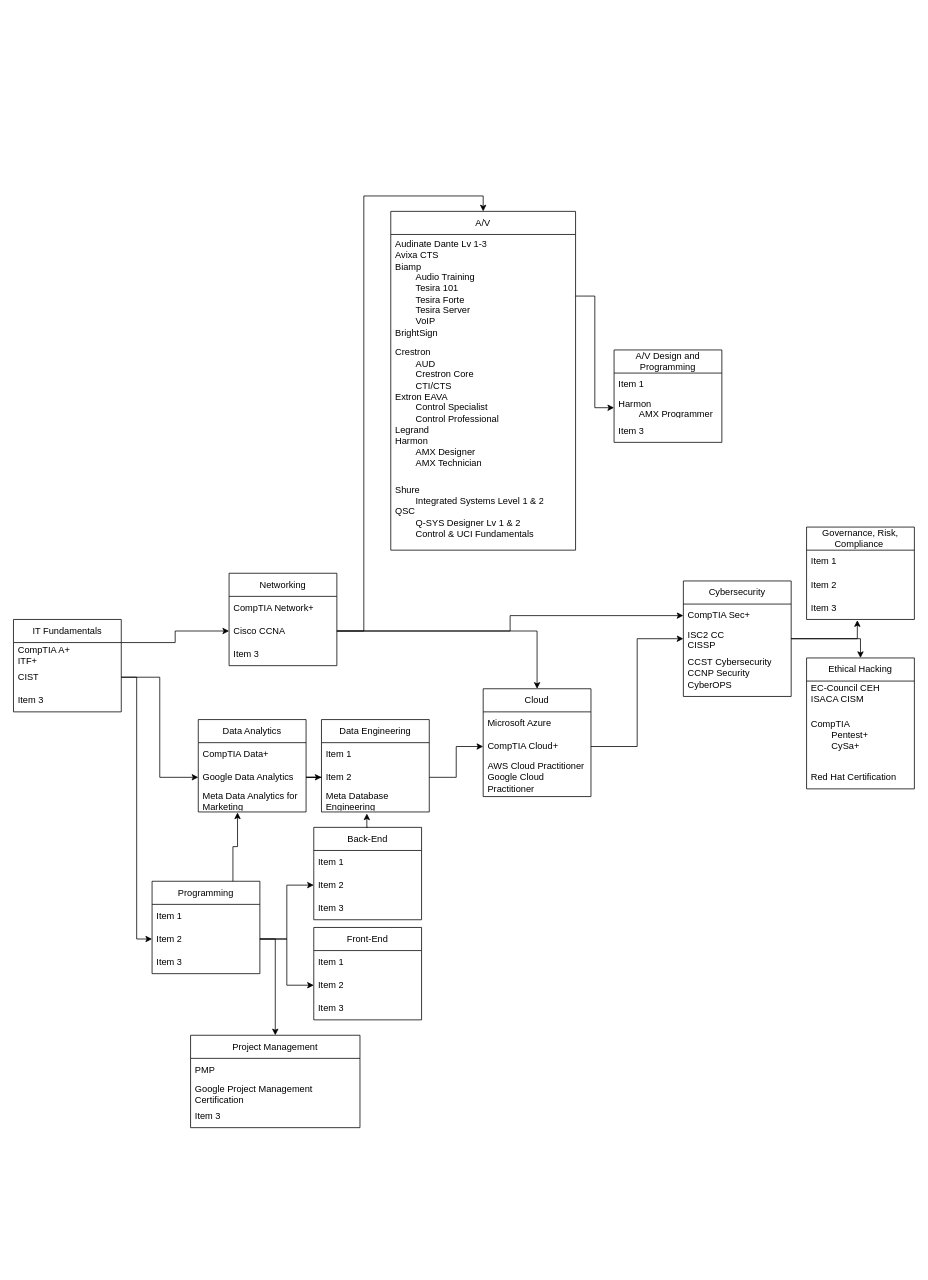
Above: Learning Path.drawio in cantcakick/HW (draw.io), before the change. Source tidied: cells renumbered, new cells numbered last; positions are measured from the earlier drawing's top-left corner, leaving out a move shared by most shapes. Both pictures are drawn from the tidied source at 77%, with x=0, y=0 at pixel (13, 211).
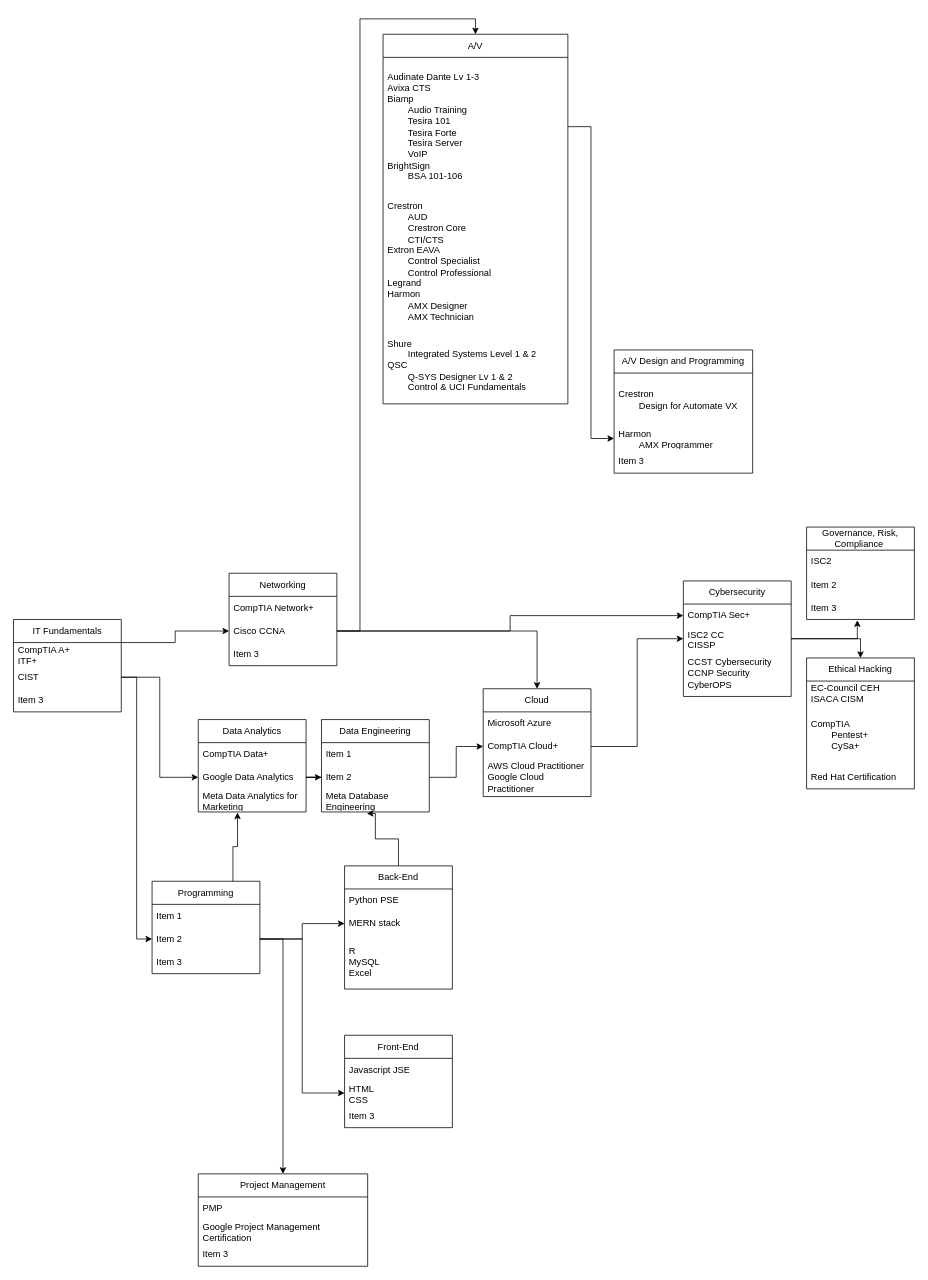
The same diagram, later.

The change refers to these unchanged cells:
```xml
<mxCell id="27" value="Governance, Risk, Compliance&amp;nbsp;" style="swimlane;fontStyle=0;horizontal=1;startSize=30;whiteSpace=wrap;html=1;" parent="1" vertex="1">
  <mxGeometry x="1030" y="410" width="140" height="120" as="geometry" />
</mxCell>
<mxCell id="34" value="Meta Database Engineering" style="text;strokeColor=none;fillColor=none;align=left;verticalAlign=middle;spacingLeft=4;spacingRight=4;overflow=hidden;points=[[0,0.5],[1,0.5]];portConstraint=eastwest;whiteSpace=wrap;html=1;" parent="31" vertex="1">
  <mxGeometry y="90" width="140" height="30" as="geometry" />
</mxCell>
```

The edit, as a diff of the source:
```diff
@@
-    <mxCell id="28" value="Item 1" style="text;strokeColor=none;fillColor=none;align=left;verticalAlign=middle;spacingLeft=4;spacingRight=4;overflow=hidden;whiteSpace=wrap;html=1;" parent="27" vertex="1">
+    <mxCell id="28" value="ISC2" style="text;strokeColor=none;fillColor=none;align=left;verticalAlign=middle;spacingLeft=4;spacingRight=4;overflow=hidden;whiteSpace=wrap;html=1;" parent="27" vertex="1">
       <mxGeometry y="30" width="140" height="30" as="geometry" />
     </mxCell>
@@
     <mxCell id="36" value="A/V" style="swimlane;fontStyle=0;horizontal=1;startSize=30;whiteSpace=wrap;html=1;" parent="1" vertex="1">
-      <mxGeometry x="490" width="240" height="440" as="geometry" />
+      <mxGeometry x="480" y="-230" width="240" height="480" as="geometry" />
     </mxCell>
-    <mxCell id="37" value="Audinate Dante Lv 1-3&lt;br&gt;Avixa CTS&lt;br&gt;Biamp &lt;br&gt;&lt;span style=&quot;white-space: pre;&quot;&gt;&#9;&lt;/span&gt;Audio Training&lt;br&gt;&lt;span style=&quot;white-space: pre;&quot;&gt;&#9;&lt;/span&gt;Tesira 101&lt;br&gt;&lt;span style=&quot;white-space: pre;&quot;&gt;&#9;&lt;/span&gt;Tesira Forte&lt;br&gt;&lt;span style=&quot;white-space: pre;&quot;&gt;&#9;&lt;/span&gt;Tesira Server&lt;br&gt;&lt;span style=&quot;white-space: pre;&quot;&gt;&#9;&lt;/span&gt;VoIP&lt;br&gt;BrightSign" style="text;strokeColor=none;fillColor=none;align=left;verticalAlign=middle;spacingLeft=4;spacingRight=4;overflow=hidden;whiteSpace=wrap;html=1;" parent="36" vertex="1">
-      <mxGeometry y="30" width="240" height="140" as="geometry" />
+    <mxCell id="37" value="Audinate Dante Lv 1-3&lt;br&gt;Avixa CTS&lt;br&gt;Biamp &lt;br&gt;&lt;span style=&quot;white-space: pre;&quot;&gt;&#9;&lt;/span&gt;Audio Training&lt;br&gt;&lt;span style=&quot;white-space: pre;&quot;&gt;&#9;&lt;/span&gt;Tesira 101&lt;br&gt;&lt;span style=&quot;white-space: pre;&quot;&gt;&#9;&lt;/span&gt;Tesira Forte&lt;br&gt;&lt;span style=&quot;white-space: pre;&quot;&gt;&#9;&lt;/span&gt;Tesira Server&lt;br&gt;&lt;span style=&quot;white-space: pre;&quot;&gt;&#9;&lt;/span&gt;VoIP&lt;br&gt;BrightSign&lt;br&gt;&lt;span style=&quot;white-space: pre;&quot;&gt;&#9;&lt;/span&gt;BSA 101-106" style="text;strokeColor=none;fillColor=none;align=left;verticalAlign=middle;spacingLeft=4;spacingRight=4;overflow=hidden;whiteSpace=wrap;html=1;" parent="36" vertex="1">
+      <mxGeometry y="30" width="240" height="180" as="geometry" />
     </mxCell>
     <mxCell id="38" value="Crestron&lt;br&gt;&lt;span style=&quot;white-space: pre;&quot;&gt;&#9;&lt;/span&gt;AUD&lt;br&gt;&lt;span style=&quot;white-space: pre;&quot;&gt;&#9;&lt;/span&gt;Crestron Core&lt;br&gt;&lt;span style=&quot;white-space: pre;&quot;&gt;&#9;&lt;/span&gt;CTI/CTS&lt;br&gt;Extron EAVA&lt;br&gt;&lt;span style=&quot;white-space: pre;&quot;&gt;&#9;&lt;/span&gt;Control Specialist&lt;br&gt;&lt;span style=&quot;white-space: pre;&quot;&gt;&#9;&lt;/span&gt;Control Professional&lt;br&gt;Legrand&lt;br&gt;Harmon&lt;br&gt;&lt;span style=&quot;white-space: pre;&quot;&gt;&#9;&lt;/span&gt;AMX Designer&lt;br&gt;&lt;span style=&quot;white-space: pre;&quot;&gt;&#9;&lt;/span&gt;AMX Technician" style="text;strokeColor=none;fillColor=none;align=left;verticalAlign=middle;spacingLeft=4;spacingRight=4;overflow=hidden;whiteSpace=wrap;html=1;" parent="36" vertex="1">
-      <mxGeometry y="170" width="240" height="170" as="geometry" />
+      <mxGeometry y="210" width="240" height="170" as="geometry" />
     </mxCell>
     <mxCell id="39" value="Shure &lt;br&gt;&lt;span style=&quot;white-space: pre;&quot;&gt;&#9;&lt;/span&gt;Integrated Systems Level 1 &amp;amp; 2&lt;br&gt;QSC&lt;br&gt;&lt;span style=&quot;white-space: pre;&quot;&gt;&#9;&lt;/span&gt;Q-SYS Designer Lv 1 &amp;amp; 2&lt;br&gt;&lt;span style=&quot;white-space: pre;&quot;&gt;&#9;&lt;/span&gt;Control &amp;amp; UCI Fundamentals" style="text;strokeColor=none;fillColor=none;align=left;verticalAlign=middle;spacingLeft=4;spacingRight=4;overflow=hidden;whiteSpace=wrap;html=1;" parent="36" vertex="1">
-      <mxGeometry y="340" width="240" height="100" as="geometry" />
+      <mxGeometry y="380" width="240" height="100" as="geometry" />
     </mxCell>
     <mxCell id="40" value="Front-End" style="swimlane;fontStyle=0;horizontal=1;startSize=30;whiteSpace=wrap;html=1;" parent="1" vertex="1">
-      <mxGeometry x="390" y="930" width="140" height="120" as="geometry" />
+      <mxGeometry x="430" y="1070" width="140" height="120" as="geometry" />
     </mxCell>
-    <mxCell id="41" value="Item 1" style="text;strokeColor=none;fillColor=none;align=left;verticalAlign=middle;spacingLeft=4;spacingRight=4;overflow=hidden;whiteSpace=wrap;html=1;" parent="40" vertex="1">
+    <mxCell id="41" value="Javascript JSE" style="text;strokeColor=none;fillColor=none;align=left;verticalAlign=middle;spacingLeft=4;spacingRight=4;overflow=hidden;whiteSpace=wrap;html=1;" parent="40" vertex="1">
       <mxGeometry y="30" width="140" height="30" as="geometry" />
     </mxCell>
-    <mxCell id="42" value="Item 2" style="text;strokeColor=none;fillColor=none;align=left;verticalAlign=middle;spacingLeft=4;spacingRight=4;overflow=hidden;points=[[0,0.5],[1,0.5]];portConstraint=eastwest;whiteSpace=wrap;html=1;" parent="40" vertex="1">
+    <mxCell id="42" value="HTML&lt;br&gt;CSS" style="text;strokeColor=none;fillColor=none;align=left;verticalAlign=middle;spacingLeft=4;spacingRight=4;overflow=hidden;points=[[0,0.5],[1,0.5]];portConstraint=eastwest;whiteSpace=wrap;html=1;" parent="40" vertex="1">
       <mxGeometry y="60" width="140" height="30" as="geometry" />
     </mxCell>
@@
     <mxCell id="44" value="Back-End" style="swimlane;fontStyle=0;horizontal=1;startSize=30;whiteSpace=wrap;html=1;" parent="1" vertex="1">
-      <mxGeometry x="390" y="800" width="140" height="120" as="geometry" />
+      <mxGeometry x="430" y="850" width="140" height="160" as="geometry" />
     </mxCell>
-    <mxCell id="45" value="Item 1" style="text;strokeColor=none;fillColor=none;align=left;verticalAlign=middle;spacingLeft=4;spacingRight=4;overflow=hidden;whiteSpace=wrap;html=1;" parent="44" vertex="1">
+    <mxCell id="45" value="Python PSE" style="text;strokeColor=none;fillColor=none;align=left;verticalAlign=middle;spacingLeft=4;spacingRight=4;overflow=hidden;whiteSpace=wrap;html=1;" parent="44" vertex="1">
       <mxGeometry y="30" width="140" height="30" as="geometry" />
     </mxCell>
-    <mxCell id="46" value="Item 2" style="text;strokeColor=none;fillColor=none;align=left;verticalAlign=middle;spacingLeft=4;spacingRight=4;overflow=hidden;points=[[0,0.5],[1,0.5]];portConstraint=eastwest;whiteSpace=wrap;html=1;" parent="44" vertex="1">
+    <mxCell id="46" value="MERN stack" style="text;strokeColor=none;fillColor=none;align=left;verticalAlign=middle;spacingLeft=4;spacingRight=4;overflow=hidden;points=[[0,0.5],[1,0.5]];portConstraint=eastwest;whiteSpace=wrap;html=1;" parent="44" vertex="1">
       <mxGeometry y="60" width="140" height="30" as="geometry" />
     </mxCell>
-    <mxCell id="47" value="Item 3" style="text;strokeColor=none;fillColor=none;align=left;verticalAlign=middle;spacingLeft=4;spacingRight=4;overflow=hidden;whiteSpace=wrap;html=1;" parent="44" vertex="1">
-      <mxGeometry y="90" width="140" height="30" as="geometry" />
+    <mxCell id="47" value="R&lt;br&gt;MySQL&lt;br&gt;Excel" style="text;strokeColor=none;fillColor=none;align=left;verticalAlign=middle;spacingLeft=4;spacingRight=4;overflow=hidden;whiteSpace=wrap;html=1;" parent="44" vertex="1">
+      <mxGeometry y="90" width="140" height="70" as="geometry" />
     </mxCell>
     <mxCell id="48" value="A/V Design and Programming" style="swimlane;fontStyle=0;horizontal=1;startSize=30;whiteSpace=wrap;html=1;" parent="1" vertex="1">
-      <mxGeometry x="780" y="180" width="140" height="120" as="geometry" />
+      <mxGeometry x="780" y="180" width="180" height="160" as="geometry" />
     </mxCell>
-    <mxCell id="49" value="Item 1" style="text;strokeColor=none;fillColor=none;align=left;verticalAlign=middle;spacingLeft=4;spacingRight=4;overflow=hidden;whiteSpace=wrap;html=1;" parent="48" vertex="1">
-      <mxGeometry y="30" width="140" height="30" as="geometry" />
+    <mxCell id="49" value="Crestron&amp;nbsp;&lt;br&gt;&lt;span style=&quot;white-space: pre;&quot;&gt;&#9;&lt;/span&gt;Design for Automate VX" style="text;strokeColor=none;fillColor=none;align=left;verticalAlign=middle;spacingLeft=4;spacingRight=4;overflow=hidden;whiteSpace=wrap;html=1;" parent="48" vertex="1">
+      <mxGeometry y="30" width="180" height="70" as="geometry" />
     </mxCell>
     <mxCell id="50" value="Harmon&lt;br&gt;&lt;span style=&quot;white-space: pre;&quot;&gt;&#9;&lt;/span&gt;AMX Programmer" style="text;strokeColor=none;fillColor=none;align=left;verticalAlign=middle;spacingLeft=4;spacingRight=4;overflow=hidden;points=[[0,0.5],[1,0.5]];portConstraint=eastwest;whiteSpace=wrap;html=1;" parent="48" vertex="1">
-      <mxGeometry y="60" width="140" height="30" as="geometry" />
+      <mxGeometry y="100" width="180" height="30" as="geometry" />
     </mxCell>
     <mxCell id="51" value="Item 3" style="text;strokeColor=none;fillColor=none;align=left;verticalAlign=middle;spacingLeft=4;spacingRight=4;overflow=hidden;whiteSpace=wrap;html=1;" parent="48" vertex="1">
-      <mxGeometry y="90" width="140" height="30" as="geometry" />
+      <mxGeometry y="130" width="180" height="30" as="geometry" />
     </mxCell>
@@
     <mxCell id="57" style="edgeStyle=orthogonalEdgeStyle;rounded=0;jettySize=auto;html=1;exitX=0.5;exitY=0;exitDx=0;exitDy=0;entryX=0.421;entryY=1.067;entryDx=0;entryDy=0;entryPerimeter=0;" parent="1" edge="1" source="44" target="34">
-      <mxGeometry relative="1" as="geometry" />
+      <mxGeometry relative="1" as="geometry">
+        <Array as="points">
+          <mxPoint x="500" y="815" />
+          <mxPoint x="470" y="815" />
+          <mxPoint x="470" y="782" />
+        </Array>
+      </mxGeometry>
     </mxCell>
@@
     <mxCell id="59" value="Project Management" style="swimlane;fontStyle=0;horizontal=1;startSize=30;whiteSpace=wrap;html=1;" parent="1" vertex="1">
-      <mxGeometry x="230" y="1070" width="220" height="120" as="geometry" />
+      <mxGeometry x="240" y="1250" width="220" height="120" as="geometry" />
     </mxCell>
```
